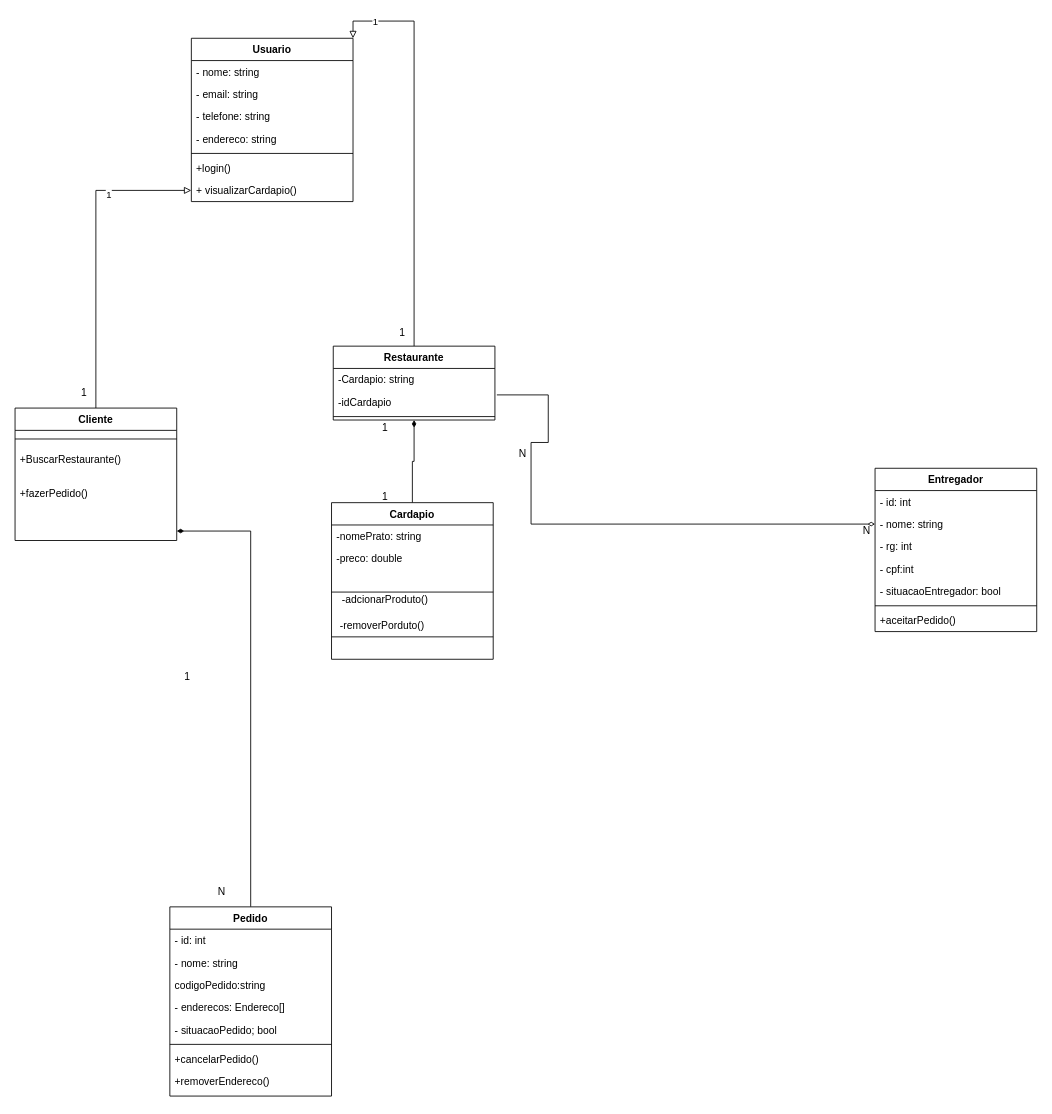
Before: Diagrama-de-classeiFood.drawio in matheuslima15lima/DiagramasRequisitos, a draw.io diagram. Source tidied: cells renumbered, new cells numbered last; positions are measured from the earlier drawing's top-left corner, leaving out a move shared by most shapes. Both pictures are drawn from the tidied source at 86%, with x=0, y=0 at pixel (15, 38).
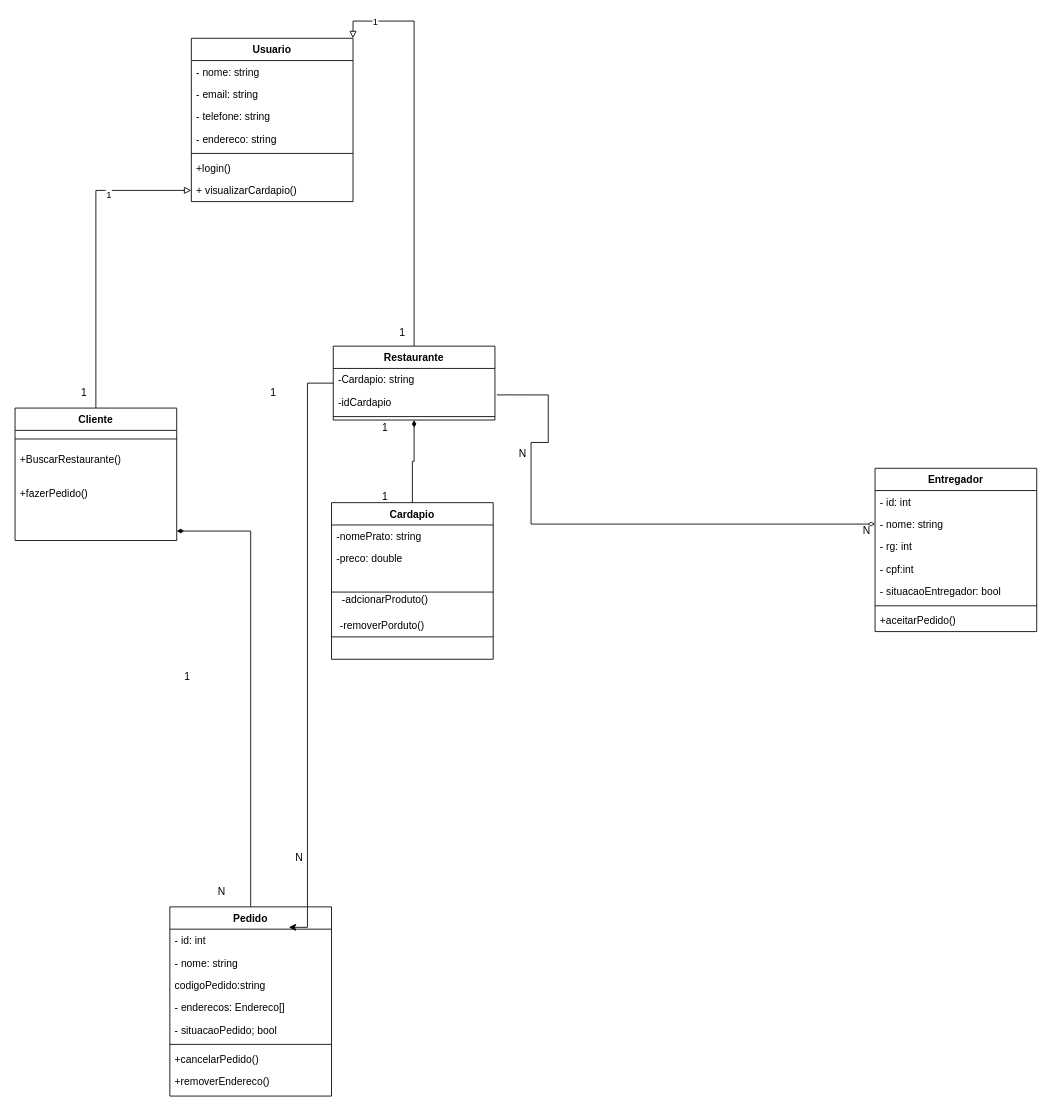
After the change.

Commit message (it also covers changes not shown here):
terminando o diagrama de entidade relacionameto

Unchanged cells that the change refers to:
```xml
<mxCell id="11" value="Restaurante" style="swimlane;fontStyle=1;align=center;verticalAlign=top;horizontal=1;startSize=25.934999465942383;" parent="1" vertex="1">
  <mxGeometry x="370" y="358" width="188" height="85.9" as="geometry" />
</mxCell>
<mxCell id="17" value="- id: int" style="text;strokeColor=none;fillColor=none;align=left;verticalAlign=top;spacingLeft=4;spacingRight=4;overflow=hidden;points=[[0,0.5],[1,0.5]];portConstraint=eastwest;" parent="16" vertex="1">
  <mxGeometry y="25.9" width="188" height="26" as="geometry" />
</mxCell>
```

Change to the diagram source:
```diff
@@
+    <mxCell id="58" style="edgeStyle=orthogonalEdgeStyle;rounded=0;jettySize=auto;html=1;entryX=0.736;entryY=-0.08;entryDx=0;entryDy=0;entryPerimeter=0;" parent="1" edge="1" source="11" target="17">
+      <mxGeometry relative="1" as="geometry">
+        <Array as="points">
+          <mxPoint x="340" y="401" />
+          <mxPoint x="340" y="1034" />
+        </Array>
+      </mxGeometry>
+    </mxCell>
+    <mxCell id="59" value="N" style="text;html=1;align=center;verticalAlign=middle;strokeColor=none;fillColor=none;" parent="1" vertex="1">
+      <mxGeometry x="315" y="938" width="30" height="30" as="geometry" />
+    </mxCell>
+    <mxCell id="60" value="1" style="text;html=1;align=center;verticalAlign=middle;strokeColor=none;fillColor=none;" parent="1" vertex="1">
+      <mxGeometry x="285" y="398" width="30" height="30" as="geometry" />
+    </mxCell>
```
